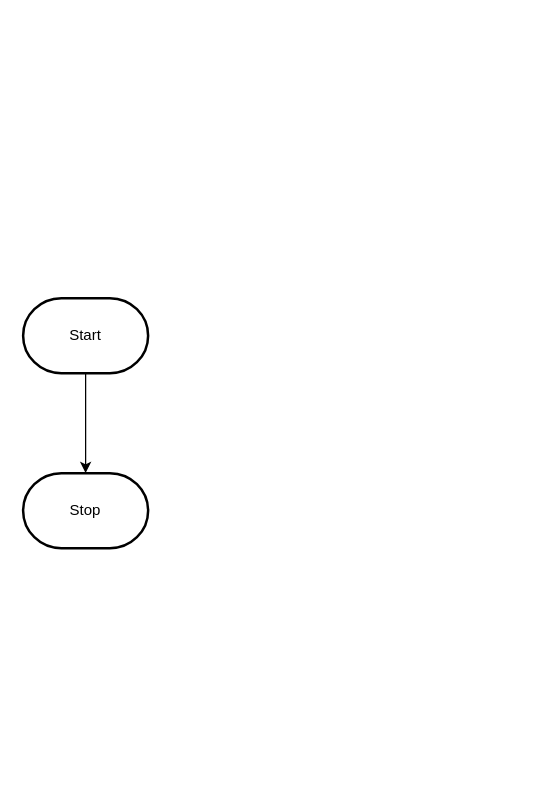
Above: design/flowchart.drawio in MTHS-ICS2O-2-2022/ICS2O-Assignment-05-Lucas-Osmond (draw.io), before the change. Source tidied: cells renumbered, new cells numbered last; positions are measured from the earlier drawing's top-left corner, leaving out a move shared by most shapes. Both pictures are drawn from the tidied source at 125%, with x=0, y=0 at pixel (22, 298).
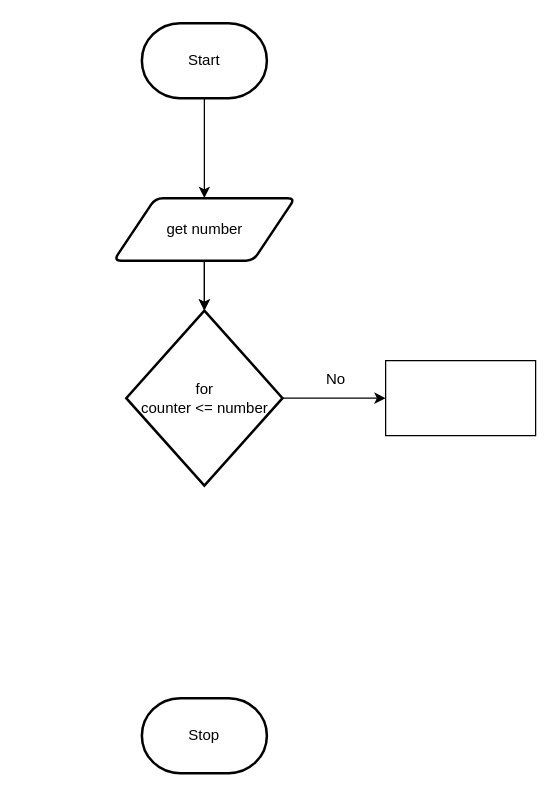
The same diagram, later.

Change to the diagram source:
```diff
@@
 <mxGraphModel>
   <root>
     <mxCell id="0" />
     <mxCell id="1" parent="0" />
-    <mxCell id="2" style="edgeStyle=orthogonalEdgeStyle;html=1;rounded=0;" parent="1" edge="1" source="3" target="4">
+    <mxCell id="2" style="edgeStyle=orthogonalEdgeStyle;html=1;rounded=0;entryX=0.5;entryY=0;entryDx=0;entryDy=0;" parent="1" edge="1" source="3" target="7">
       <mxGeometry relative="1" as="geometry" />
     </mxCell>
     <mxCell id="3" value="Start" style="strokeWidth=2;html=1;shape=mxgraph.flowchart.terminator;whiteSpace=wrap;" parent="1" vertex="1">
-      <mxGeometry width="100" height="60" as="geometry" />
+      <mxGeometry x="95" y="-220" width="100" height="60" as="geometry" />
     </mxCell>
     <mxCell id="4" value="Stop" style="strokeWidth=2;html=1;shape=mxgraph.flowchart.terminator;whiteSpace=wrap;" parent="1" vertex="1">
-      <mxGeometry y="140" width="100" height="60" as="geometry" />
+      <mxGeometry x="95" y="320" width="100" height="60" as="geometry" />
     </mxCell>
+    <mxCell id="5" style="edgeStyle=orthogonalEdgeStyle;html=1;" parent="1" edge="1" source="7" target="9">
+      <mxGeometry relative="1" as="geometry" />
+    </mxCell>
+    <mxCell id="6" style="edgeStyle=orthogonalEdgeStyle;rounded=0;html=1;" parent="1" edge="1" source="7" target="9">
+      <mxGeometry relative="1" as="geometry" />
+    </mxCell>
+    <mxCell id="7" value="get number" style="shape=parallelogram;html=1;strokeWidth=2;perimeter=parallelogramPerimeter;whiteSpace=wrap;rounded=1;arcSize=12;size=0.23;" parent="1" vertex="1">
+      <mxGeometry x="72.5" y="-80" width="145" height="50" as="geometry" />
+    </mxCell>
+    <mxCell id="8" style="edgeStyle=orthogonalEdgeStyle;html=1;entryX=0;entryY=0.5;entryDx=0;entryDy=0;rounded=0;" parent="1" edge="1" source="9" target="10">
+      <mxGeometry relative="1" as="geometry" />
+    </mxCell>
+    <mxCell id="9" value="for&lt;br&gt;counter &amp;lt;= number&lt;br&gt;" style="strokeWidth=2;html=1;shape=mxgraph.flowchart.decision;whiteSpace=wrap;" parent="1" vertex="1">
+      <mxGeometry x="82.5" y="10" width="125" height="140" as="geometry" />
+    </mxCell>
+    <mxCell id="10" style="rounded=0;whiteSpace=wrap;html=1;" parent="1" vertex="1">
+      <mxGeometry x="290" y="50" width="120" height="60" as="geometry" />
+    </mxCell>
+    <mxCell id="11" value="No" style="text;html=1;align=center;verticalAlign=middle;strokeColor=none;fillColor=none;" parent="1" vertex="1">
+      <mxGeometry x="230" y="50" width="40" height="30" as="geometry" />
+    </mxCell>
   </root>
 </mxGraphModel>
```
